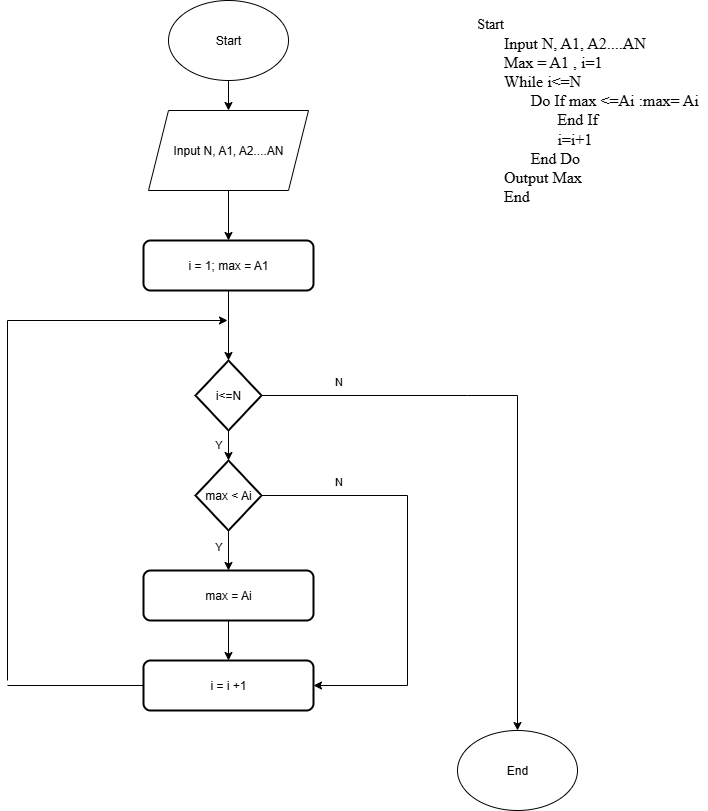
Before: ss3_pseudo/bai4.png, a diagram exported from draw.io (DoanNhatLong/m1_c09). Source tidied: cells renumbered, new cells last; positions are measured from the earlier drawing's top-left corner, leaving out a move shared by most shapes.
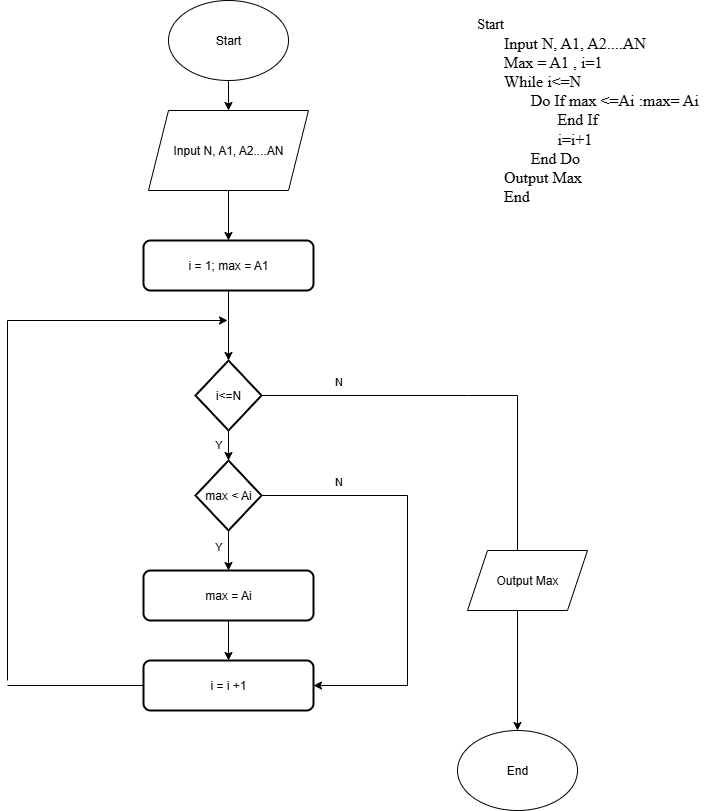
Above is the later version.

Commit message:
Bai_tap_pseudo

What changed in the source:
```diff
@@ -102,5 +102,8 @@
     <mxCell id="24" value="&lt;div style=&quot;text-align: left;&quot;&gt;&lt;span style=&quot;background-color: transparent; color: light-dark(rgb(0, 0, 0), rgb(255, 255, 255));&quot;&gt;&lt;font face=&quot;Times New Roman&quot; style=&quot;font-size: 14px;&quot;&gt;Start&lt;/font&gt;&lt;/span&gt;&lt;/div&gt;&lt;div style=&quot;text-align: left;&quot;&gt;&lt;font face=&quot;Times New Roman&quot; size=&quot;3&quot;&gt;&lt;span style=&quot;white-space: pre;&quot;&gt;&#9;&lt;/span&gt;Input N, A1, A2....AN&lt;/font&gt;&lt;br&gt;&lt;/div&gt;&lt;div style=&quot;text-align: left;&quot;&gt;&lt;font face=&quot;Times New Roman&quot; size=&quot;3&quot;&gt;&lt;span style=&quot;white-space: pre;&quot;&gt;&#9;&lt;/span&gt;Max = A1 , i=1&lt;br&gt;&lt;span style=&quot;white-space: pre;&quot;&gt;&#9;&lt;/span&gt;While i&amp;lt;=N&amp;nbsp;&lt;br&gt;&lt;span style=&quot;white-space: pre;&quot;&gt;&#9;&lt;/span&gt;&lt;span style=&quot;white-space: pre;&quot;&gt;&#9;&lt;/span&gt;Do If max &amp;lt;=Ai :max= Ai&lt;br&gt;&lt;span style=&quot;white-space: pre;&quot;&gt;&#9;&lt;/span&gt;&lt;span style=&quot;white-space: pre;&quot;&gt;&#9;&lt;/span&gt;&lt;span style=&quot;white-space: pre;&quot;&gt;&#9;&lt;/span&gt;End If&lt;br&gt;&lt;span style=&quot;white-space: pre;&quot;&gt;&#9;&lt;/span&gt;&lt;span style=&quot;white-space: pre;&quot;&gt;&#9;&lt;/span&gt;&lt;span style=&quot;white-space: pre;&quot;&gt;&#9;&lt;/span&gt;i=i+1&lt;br&gt;&lt;/font&gt;&lt;/div&gt;&lt;div style=&quot;text-align: left;&quot;&gt;&lt;font face=&quot;Times New Roman&quot; size=&quot;3&quot;&gt;&lt;span style=&quot;white-space: pre;&quot;&gt;&#9;&lt;/span&gt;&lt;span style=&quot;white-space: pre;&quot;&gt;&#9;&lt;/span&gt;End Do&lt;br&gt;&lt;/font&gt;&lt;/div&gt;&lt;div style=&quot;text-align: left;&quot;&gt;&lt;font face=&quot;Times New Roman&quot; size=&quot;3&quot;&gt;&lt;span style=&quot;white-space: pre;&quot;&gt;&#9;&lt;/span&gt;Output Max&lt;br&gt;&lt;span style=&quot;white-space: pre;&quot;&gt;&#9;&lt;/span&gt;End&lt;br&gt;&lt;/font&gt;&lt;/div&gt;" style="text;html=1;align=center;verticalAlign=middle;strokeColor=none;fillColor=none;" parent="1" vertex="1">
       <mxGeometry x="460" y="10" width="240" height="200" as="geometry" />
     </mxCell>
+    <mxCell id="25" value="Output Max" style="shape=parallelogram;perimeter=parallelogramPerimeter;whiteSpace=wrap;html=1;fixedSize=1;" parent="1" vertex="1">
+      <mxGeometry x="460" y="550" width="120" height="60" as="geometry" />
+    </mxCell>
   </root>
 </mxGraphModel>
```
